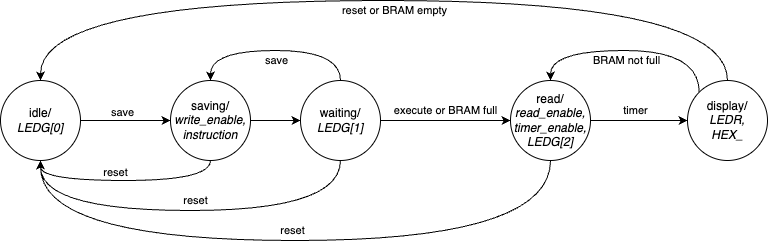
Earlier version of the draw.io export FSM.png (jamesolee/MTRX3700-A1-Group17). Source tidied: cells renumbered, new cells last; positions are measured from the earlier drawing's top-left corner, leaving out a move shared by most shapes.
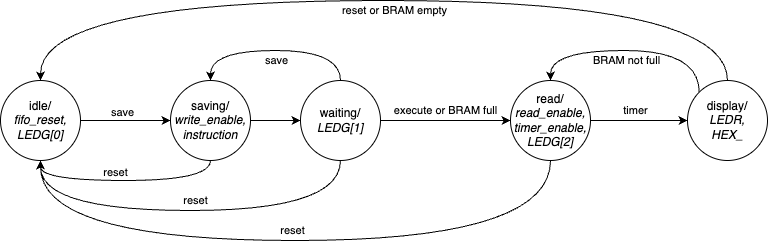
Above is the later version.

Diff of the diagram source:
```diff
@@ -10,7 +10,7 @@
         <mxPoint y="-5" as="offset" />
       </mxGeometry>
     </mxCell>
-    <mxCell id="4" value="idle/&lt;br&gt;&lt;i&gt;LEDG[0]&lt;/i&gt;" style="ellipse;whiteSpace=wrap;html=1;" parent="1" vertex="1">
+    <mxCell id="4" value="idle/&lt;br&gt;&lt;i&gt;fifo_reset,&lt;/i&gt;&lt;br&gt;&lt;i&gt;LEDG[0]&lt;/i&gt;" style="ellipse;whiteSpace=wrap;html=1;" parent="1" vertex="1">
       <mxGeometry y="80" width="80" height="80" as="geometry" />
     </mxCell>
     <mxCell id="5" style="edgeStyle=orthogonalEdgeStyle;rounded=0;jettySize=auto;html=1;exitX=1;exitY=0.5;exitDx=0;exitDy=0;entryX=0;entryY=0.5;entryDx=0;entryDy=0;" parent="1" edge="1" source="8" target="15">
```
